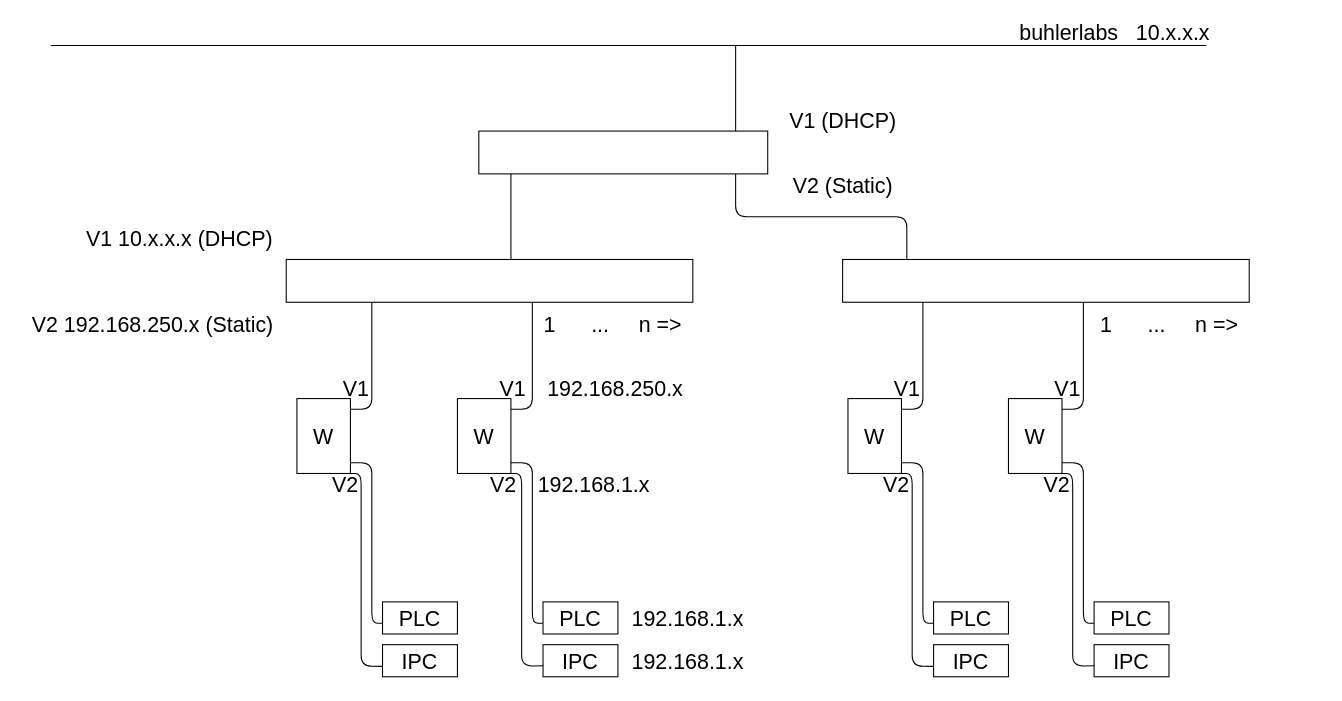
Before: LAN.drawio in BenZiep/BenZiep, a draw.io diagram. Source tidied: cells renumbered, new cells numbered last; positions are measured from the earlier drawing's top-left corner, leaving out a move shared by most shapes. Both pictures are drawn from the tidied source at 107%, with x=0, y=0 at pixel (18, 45).
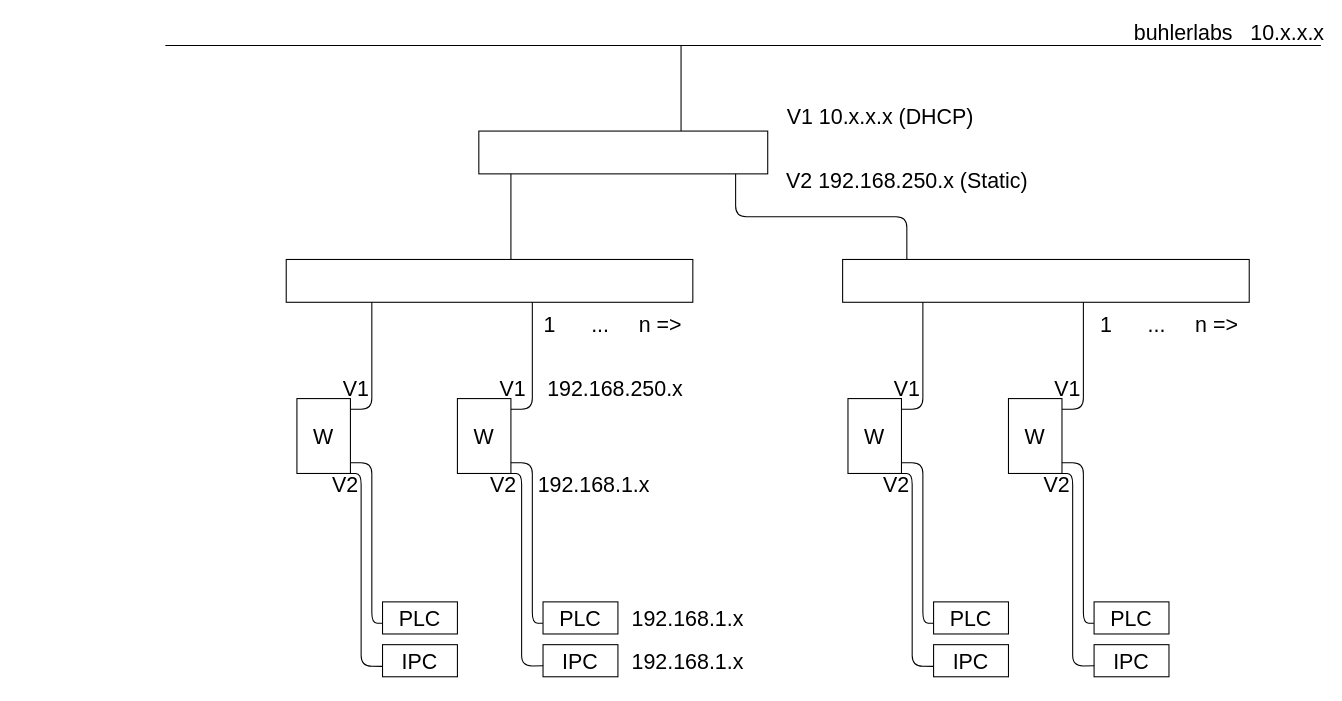
Above is the later version.

The edit, as a diff of the source:
```diff
@@
     <mxCell id="2" style="endArrow=none;html=1;" parent="1" edge="1">
       <mxGeometry relative="1" as="geometry">
-        <mxPoint x="30" as="sourcePoint" />
-        <mxPoint x="1110" as="targetPoint" />
+        <mxPoint x="137" as="sourcePoint" />
+        <mxPoint x="1217" as="targetPoint" />
       </mxGeometry>
     </mxCell>
@@
     <mxCell id="4" style="endArrow=none;html=1;" parent="1" edge="1">
       <mxGeometry relative="1" as="geometry">
-        <mxPoint x="670" y="100" as="sourcePoint" />
-        <mxPoint x="670" as="targetPoint" />
+        <mxPoint x="619" y="100" as="sourcePoint" />
+        <mxPoint x="619" as="targetPoint" />
       </mxGeometry>
     </mxCell>
-    <mxCell id="5" value="V1 (DHCP)" style="text;html=1;align=center;verticalAlign=middle;strokeColor=none;fillColor=none;fontSize=20;" parent="1" vertex="1">
-      <mxGeometry x="710" y="50" width="120" height="40" as="geometry" />
-    </mxCell>
-    <mxCell id="6" value="V2 (Static)" style="text;html=1;align=center;verticalAlign=middle;strokeColor=none;fillColor=none;fontSize=20;" parent="1" vertex="1">
-      <mxGeometry x="710" y="110" width="120" height="40" as="geometry" />
-    </mxCell>
@@
     <mxCell id="10" value="V1 10.x.x.x (DHCP)" style="text;html=1;align=center;verticalAlign=middle;strokeColor=none;fillColor=none;fontSize=20;" parent="1" vertex="1">
-      <mxGeometry x="50" y="160" width="200" height="40" as="geometry" />
+      <mxGeometry x="705" y="46" width="200" height="40" as="geometry" />
     </mxCell>
     <mxCell id="11" value="V2 192.168.250.x (Static)" style="text;html=1;align=center;verticalAlign=middle;strokeColor=none;fillColor=none;fontSize=20;" parent="1" vertex="1">
-      <mxGeometry y="240" width="250" height="40" as="geometry" />
+      <mxGeometry x="705" y="106" width="250" height="40" as="geometry" />
     </mxCell>
```
